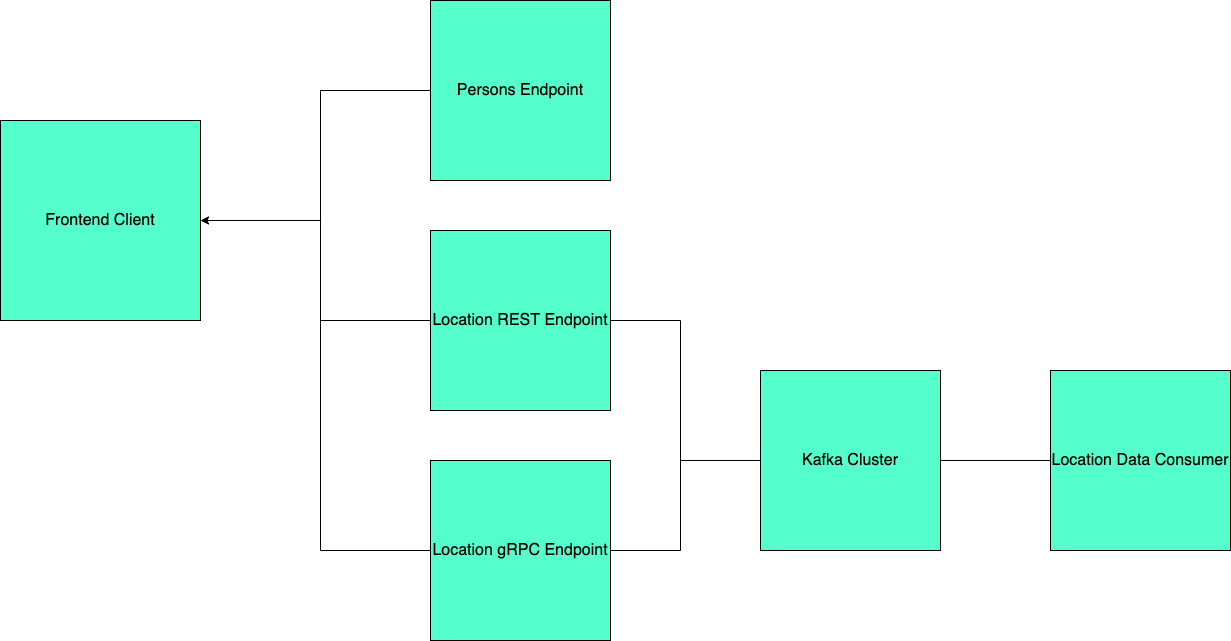
The draw.io diagram docs/architecture_design.png in vahiwe/UdaConnect_CloudNative_ND, before a commit. Source tidied: cells renumbered, new cells last; positions are measured from the earlier drawing's top-left corner, leaving out a move shared by most shapes.
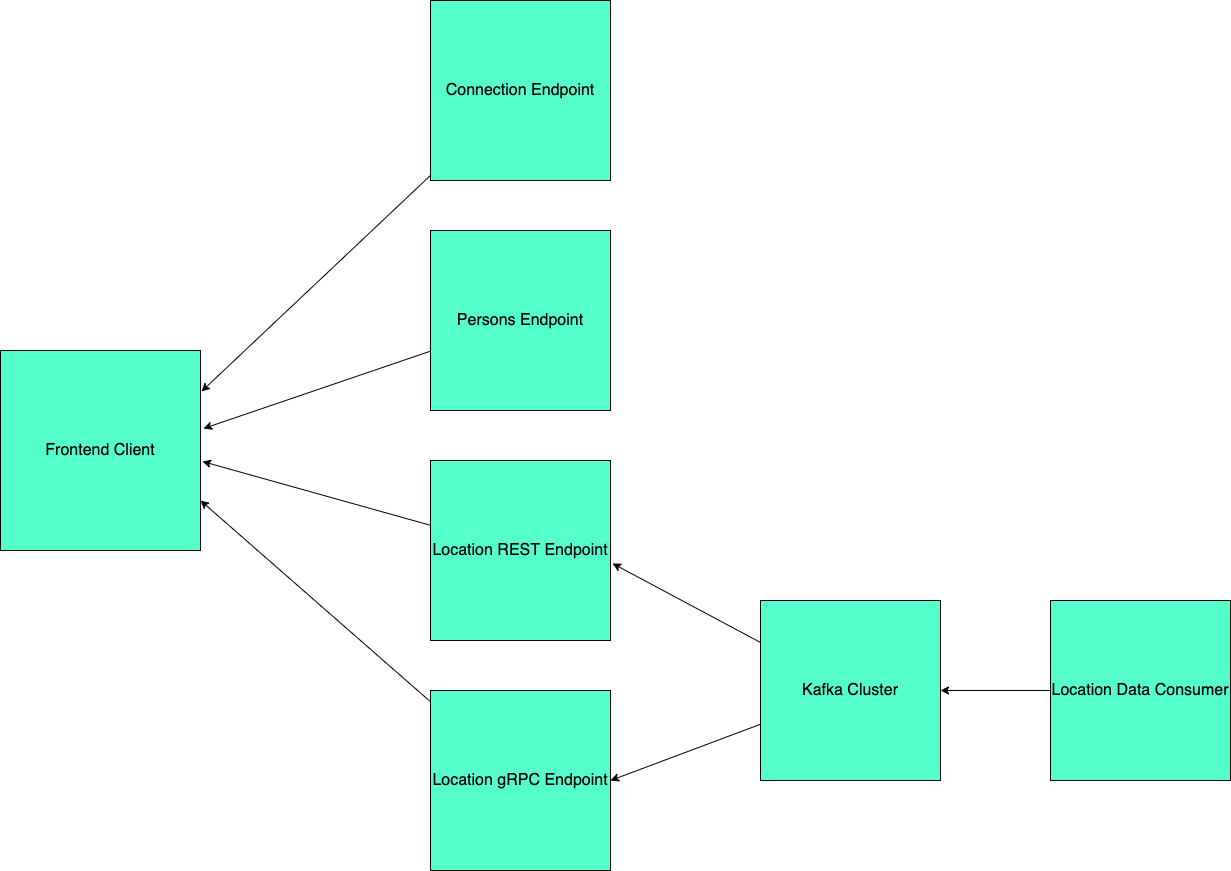
The same file after the commit.

The edit, as a diff of the source:
```diff
@@ -5,60 +5,44 @@
     <mxCell id="2" value="&lt;font size=&quot;3&quot;&gt;Frontend Client&lt;/font&gt;" style="whiteSpace=wrap;html=1;fillColor=#54FFCC;" parent="1" vertex="1">
       <mxGeometry y="120" width="200" height="200" as="geometry" />
     </mxCell>
-    <mxCell id="3" style="edgeStyle=orthogonalEdgeStyle;rounded=0;jettySize=auto;html=1;endArrow=none;endFill=0;" parent="1" edge="1" source="4">
-      <mxGeometry relative="1" as="geometry">
-        <mxPoint x="310" y="220" as="targetPoint" />
-        <Array as="points">
-          <mxPoint x="320" y="90" />
-          <mxPoint x="320" y="220" />
-        </Array>
-      </mxGeometry>
-    </mxCell>
+    <mxCell id="15" style="edgeStyle=none;rounded=0;jettySize=auto;html=1;entryX=1.015;entryY=0.39;entryDx=0;entryDy=0;entryPerimeter=0;" parent="1" edge="1" source="4" target="2">
+      <mxGeometry relative="1" as="geometry" />
+    </mxCell>
     <mxCell id="4" value="&lt;font size=&quot;3&quot;&gt;Persons Endpoint&lt;/font&gt;" style="whiteSpace=wrap;html=1;fillColor=#54FFCC;" parent="1" vertex="1">
       <mxGeometry x="430" width="180" height="180" as="geometry" />
     </mxCell>
-    <mxCell id="5" style="edgeStyle=orthogonalEdgeStyle;rounded=0;jettySize=auto;html=1;exitX=0;exitY=0.5;exitDx=0;exitDy=0;entryX=1;entryY=0.5;entryDx=0;entryDy=0;" parent="1" edge="1" source="7" target="2">
-      <mxGeometry relative="1" as="geometry">
-        <Array as="points">
-          <mxPoint x="320" y="320" />
-          <mxPoint x="320" y="220" />
-        </Array>
-      </mxGeometry>
+    <mxCell id="5" style="edgeStyle=none;rounded=0;jettySize=auto;html=1;entryX=1.01;entryY=0.555;entryDx=0;entryDy=0;entryPerimeter=0;" parent="1" edge="1" source="7" target="2">
+      <mxGeometry relative="1" as="geometry" />
     </mxCell>
-    <mxCell id="6" style="edgeStyle=orthogonalEdgeStyle;rounded=0;jettySize=auto;html=1;endArrow=none;endFill=0;" parent="1" edge="1" source="7">
-      <mxGeometry relative="1" as="geometry">
-        <mxPoint x="680" y="460" as="targetPoint" />
-      </mxGeometry>
-    </mxCell>
     <mxCell id="7" value="&lt;font size=&quot;3&quot;&gt;Location REST Endpoint&lt;/font&gt;" style="whiteSpace=wrap;html=1;fillColor=#54FFCC;" parent="1" vertex="1">
       <mxGeometry x="430" y="230" width="180" height="180" as="geometry" />
     </mxCell>
-    <mxCell id="8" style="edgeStyle=orthogonalEdgeStyle;rounded=0;jettySize=auto;html=1;endArrow=none;endFill=0;" parent="1" edge="1" source="10">
-      <mxGeometry relative="1" as="geometry">
-        <mxPoint x="320" y="320" as="targetPoint" />
-      </mxGeometry>
-    </mxCell>
-    <mxCell id="9" style="edgeStyle=orthogonalEdgeStyle;rounded=0;jettySize=auto;html=1;endArrow=none;endFill=0;" parent="1" edge="1" source="10">
-      <mxGeometry relative="1" as="geometry">
-        <mxPoint x="750" y="460" as="targetPoint" />
-      </mxGeometry>
-    </mxCell>
+    <mxCell id="16" style="edgeStyle=none;rounded=0;jettySize=auto;html=1;entryX=1;entryY=0.75;entryDx=0;entryDy=0;" parent="1" edge="1" source="10" target="2">
+      <mxGeometry relative="1" as="geometry" />
+    </mxCell>
     <mxCell id="10" value="&lt;font size=&quot;3&quot;&gt;Location gRPC Endpoint&lt;/font&gt;" style="whiteSpace=wrap;html=1;fillColor=#54FFCC;" parent="1" vertex="1">
       <mxGeometry x="430" y="460" width="180" height="180" as="geometry" />
     </mxCell>
-    <mxCell id="11" style="edgeStyle=orthogonalEdgeStyle;rounded=0;jettySize=auto;html=1;endArrow=none;endFill=0;" parent="1" edge="1" source="12">
-      <mxGeometry relative="1" as="geometry">
-        <mxPoint x="680" y="460" as="targetPoint" />
-      </mxGeometry>
-    </mxCell>
+    <mxCell id="17" style="edgeStyle=none;rounded=0;jettySize=auto;html=1;entryX=1;entryY=0.5;entryDx=0;entryDy=0;" parent="1" edge="1" source="12" target="10">
+      <mxGeometry relative="1" as="geometry" />
+    </mxCell>
+    <mxCell id="18" style="edgeStyle=none;rounded=0;jettySize=auto;html=1;entryX=1.011;entryY=0.572;entryDx=0;entryDy=0;entryPerimeter=0;" parent="1" edge="1" source="12" target="7">
+      <mxGeometry relative="1" as="geometry" />
+    </mxCell>
     <mxCell id="12" value="&lt;font size=&quot;3&quot;&gt;Kafka Cluster&lt;/font&gt;" style="whiteSpace=wrap;html=1;fillColor=#54FFCC;" parent="1" vertex="1">
       <mxGeometry x="760" y="370" width="180" height="180" as="geometry" />
     </mxCell>
-    <mxCell id="13" style="edgeStyle=orthogonalEdgeStyle;rounded=0;jettySize=auto;html=1;entryX=1;entryY=0.5;entryDx=0;entryDy=0;endArrow=none;endFill=0;" parent="1" edge="1" source="14" target="12">
+    <mxCell id="13" style="edgeStyle=orthogonalEdgeStyle;rounded=0;jettySize=auto;html=1;entryX=1;entryY=0.5;entryDx=0;entryDy=0;" parent="1" edge="1" source="14" target="12">
       <mxGeometry relative="1" as="geometry" />
     </mxCell>
     <mxCell id="14" value="&lt;font size=&quot;3&quot;&gt;Location Data Consumer&lt;/font&gt;" style="whiteSpace=wrap;html=1;fillColor=#54FFCC;" parent="1" vertex="1">
       <mxGeometry x="1050" y="370" width="180" height="180" as="geometry" />
     </mxCell>
+    <mxCell id="19" style="edgeStyle=none;rounded=0;jettySize=auto;html=1;entryX=1.005;entryY=0.205;entryDx=0;entryDy=0;entryPerimeter=0;" parent="1" edge="1" source="20" target="2">
+      <mxGeometry relative="1" as="geometry" />
+    </mxCell>
+    <mxCell id="20" value="&lt;font size=&quot;3&quot;&gt;Connection Endpoint&lt;/font&gt;" style="whiteSpace=wrap;html=1;fillColor=#54FFCC;" parent="1" vertex="1">
+      <mxGeometry x="430" y="-230" width="180" height="180" as="geometry" />
+    </mxCell>
   </root>
 </mxGraphModel>
```
